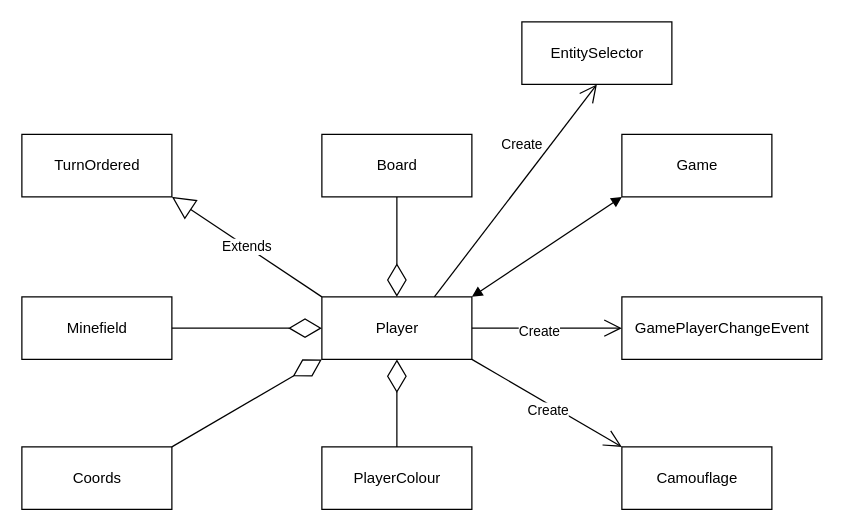
Earlier version of the draw.io diagram Untitled Diagram.drawio (ThomasVanOnsem/megamek). Source tidied: cells renumbered, new cells numbered last; positions are measured from the earlier drawing's top-left corner, leaving out a move shared by most shapes. Both pictures are drawn from the tidied source at 125%, with x=0, y=0 at pixel (21, 21).
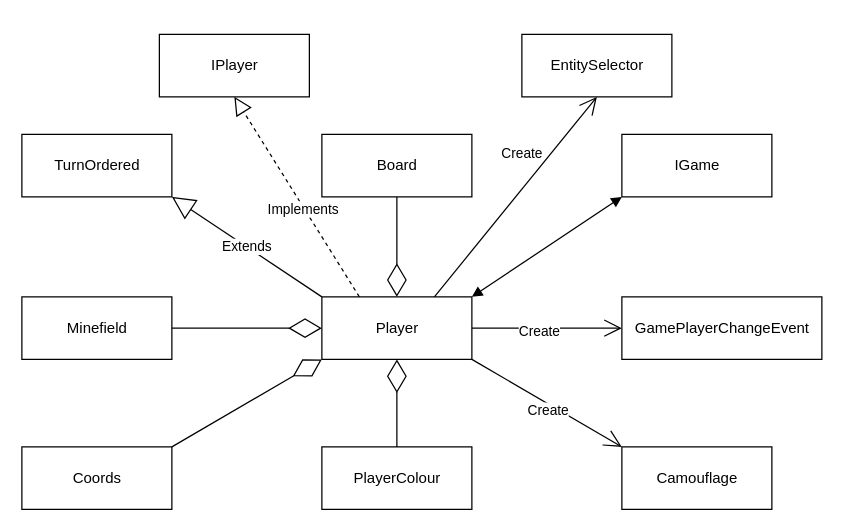
The same page after the edit.

Commit message:
Add Interfaces to diagram

Unchanged cells that the change refers to:
```xml
<mxCell id="2" value="Player" style="html=1;" parent="1" vertex="1">
  <mxGeometry x="240" y="220" width="120" height="50" as="geometry" />
</mxCell>
```

What changed in the source:
```diff
@@
-    <mxCell id="4" value="Game" style="html=1;" parent="1" vertex="1">
+    <mxCell id="4" value="IGame" style="html=1;" parent="1" vertex="1">
       <mxGeometry x="480" y="90" width="120" height="50" as="geometry" />
     </mxCell>
@@
     <mxCell id="13" value="EntitySelector" style="html=1;" parent="1" vertex="1">
-      <mxGeometry x="400" width="120" height="50" as="geometry" />
+      <mxGeometry x="400" y="10" width="120" height="50" as="geometry" />
     </mxCell>
@@
+    <mxCell id="24" value="IPlayer" style="html=1;" parent="1" vertex="1">
+      <mxGeometry x="110" y="10" width="120" height="50" as="geometry" />
+    </mxCell>
+    <mxCell id="25" style="endArrow=block;dashed=1;endFill=0;endSize=12;html=1;entryX=0.5;entryY=1;entryDx=0;entryDy=0;exitX=0.25;exitY=0;exitDx=0;exitDy=0;" parent="1" edge="1" source="2" target="24">
+      <mxGeometry relative="1" as="geometry" />
+    </mxCell>
+    <mxCell id="26" value="Implements" style="edgeLabel;html=1;align=center;verticalAlign=middle;" parent="25" vertex="1">
+      <mxGeometry x="-0.11" y="1" relative="1" as="geometry" />
+    </mxCell>
```
